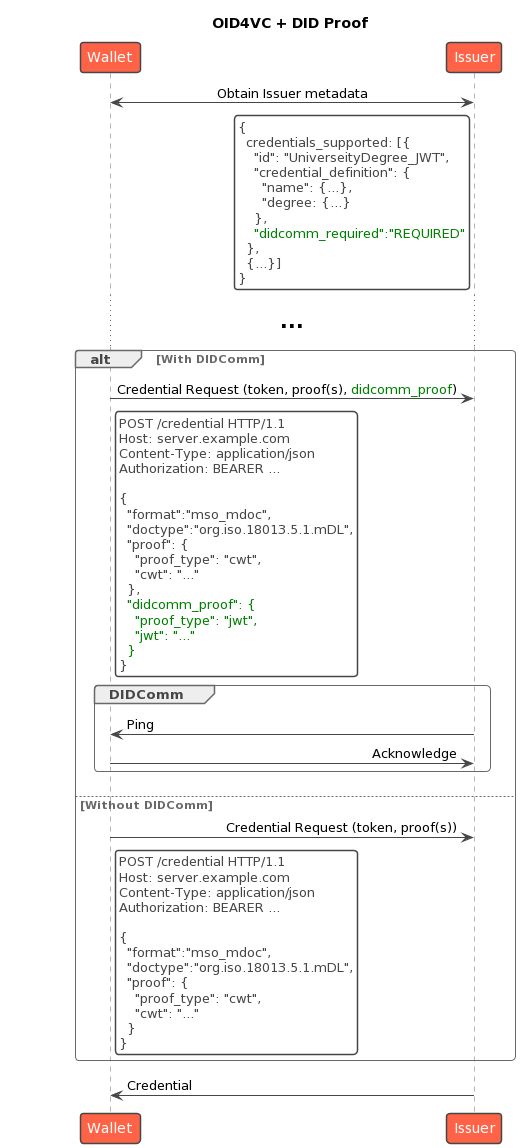
Before: Diagramme/OID4VCI/DID_Proof/did_proof.png, a diagram exported from PlantUML (IDunion/OpenIDIDComm).
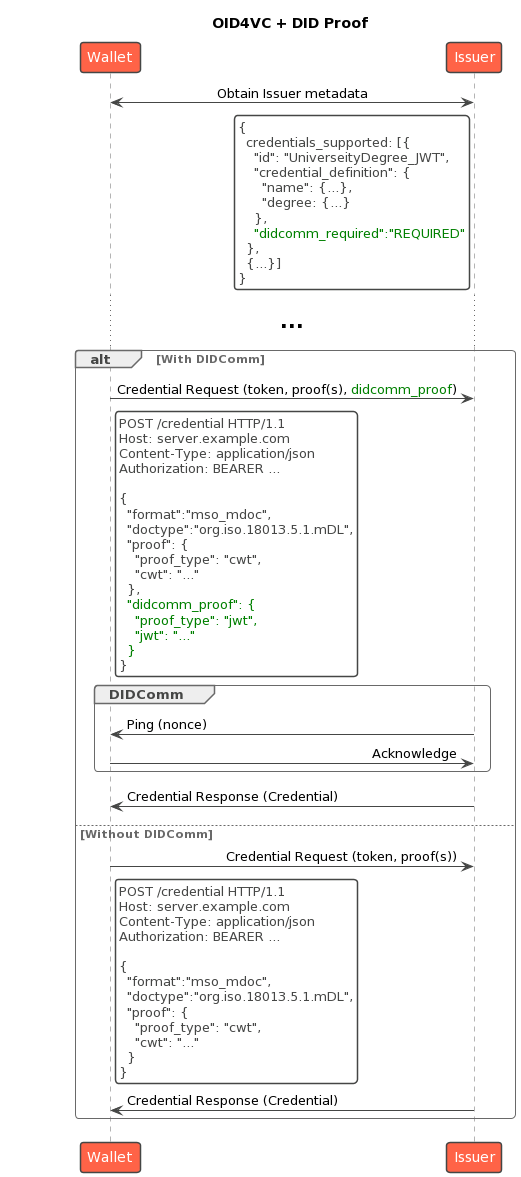
Later version of the same file.

Commit message:
Program flow for DID-Proof-Deferred and refactoring of according diagrams

The edit, as a diff of the source:
```diff
@@ -46,9 +46,10 @@
 }
   end rnote
   group DIDComm
-    Wallet <- CI: Ping
+    Wallet <- CI: Ping (nonce)
     Wallet -> CI: Acknowledge
   end
+  Wallet <- CI: Credential Response (Credential)
 else Without DIDComm
   Wallet -> CI: Credential Request (token, proof(s))
   rnote right of Wallet #FFFFFF
@@ -66,7 +67,6 @@
   }
 }
   end rnote
+  Wallet <- CI: Credential Response (Credential)
 end
-
-Wallet <- CI: Credential
 @enduml
```
